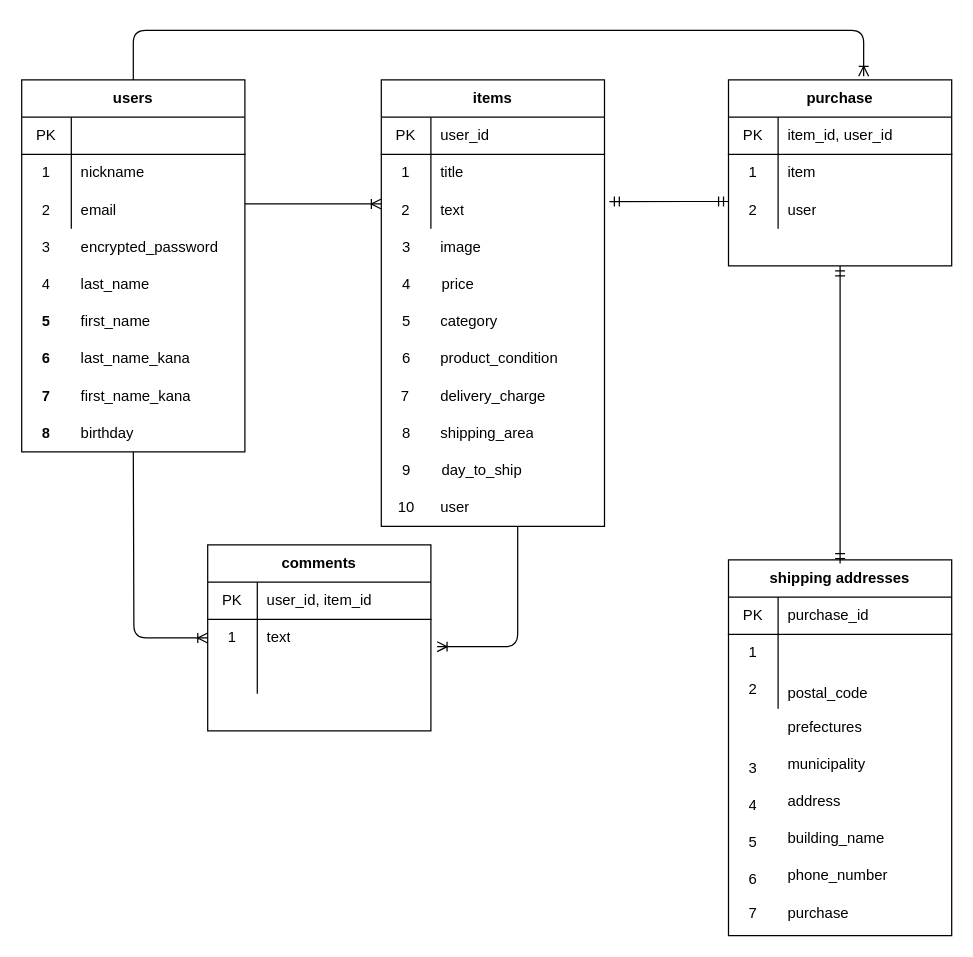
Above: er.drawio in kokorouruou/furima-34713 (draw.io), before the change. Source tidied: cells renumbered, new cells numbered last; positions are measured from the earlier drawing's top-left corner, leaving out a move shared by most shapes. Both pictures are drawn from the tidied source at 124%, with x=0, y=0 at pixel (21, 30).
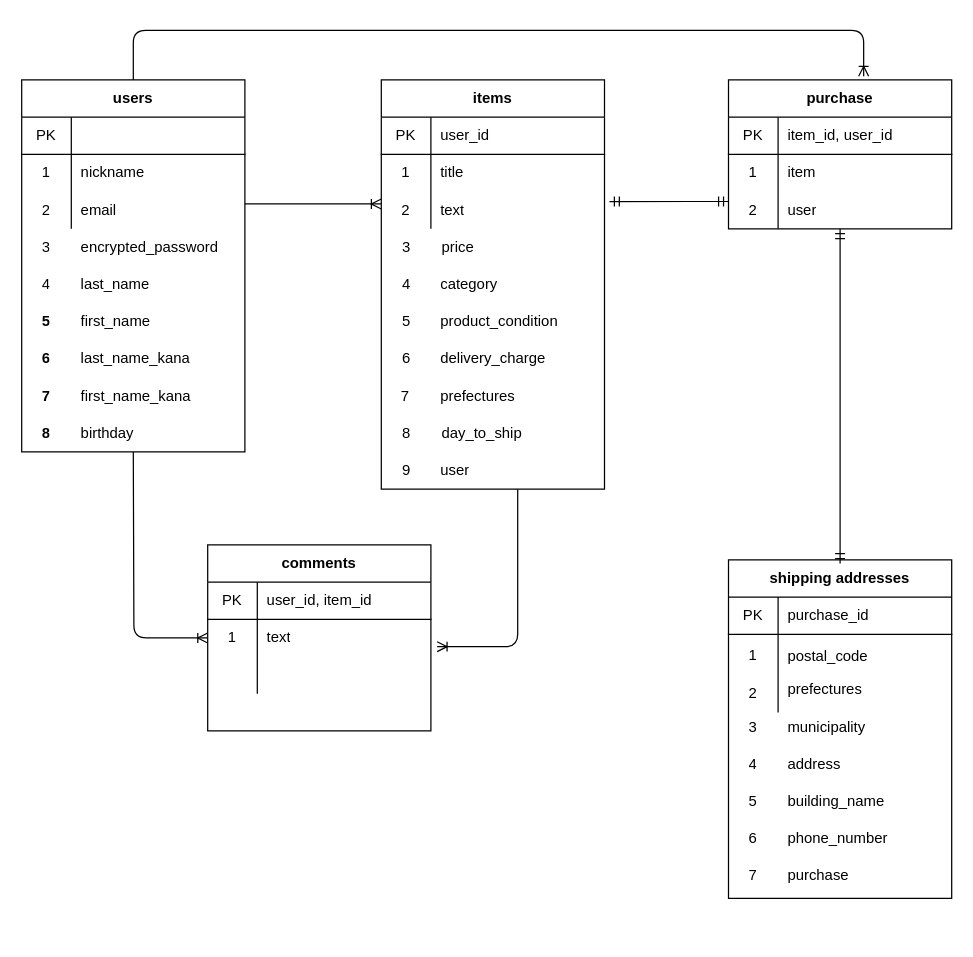
After the change.

Commit message (it also covers changes not shown here):
ER図、README作成（6回目）

Unchanged cells that the change refers to:
```xml
<mxCell id="16" style="shape=partialRectangle;html=1;whiteSpace=wrap;fillColor=none;top=0;left=0;bottom=0;right=0;points=[[0,0.5],[1,0.5]];portConstraint=eastwest;" parent="12" vertex="1">
  <mxGeometry y="60" width="180" height="30" as="geometry" />
</mxCell>
```

The edit, as a diff of the source:
```diff
@@
     <mxCell id="2" value="items" style="shape=table;html=1;whiteSpace=wrap;startSize=30;childLayout=tableLayout;rowLines=0;fontStyle=1;align=center;" parent="1" vertex="1">
-      <mxGeometry x="290" y="40" width="180" height="360" as="geometry" />
+      <mxGeometry x="290" y="40" width="180" height="330" as="geometry" />
     </mxCell>
@@
     <mxCell id="22" value="purchase" style="shape=table;html=1;whiteSpace=wrap;startSize=30;childLayout=tableLayout;rowLines=0;fontStyle=1;align=center;" parent="1" vertex="1">
-      <mxGeometry x="570" y="40" width="180" height="150" as="geometry" />
+      <mxGeometry x="570" y="40" width="180" height="120" as="geometry" />
     </mxCell>
@@
     <mxCell id="44" style="edgeStyle=orthogonalEdgeStyle;fontSize=12;html=1;endArrow=ERoneToMany;entryX=1.028;entryY=0.733;entryDx=0;entryDy=0;entryPerimeter=0;" parent="1" edge="1" target="16">
       <mxGeometry relative="1" as="geometry">
-        <mxPoint x="400" y="400" as="sourcePoint" />
+        <mxPoint x="400" y="370" as="sourcePoint" />
         <Array as="points">
           <mxPoint x="400" y="497" />
         </Array>
       </mxGeometry>
     </mxCell>
@@
     <mxCell id="47" value="shipping addresses" style="shape=table;html=1;whiteSpace=wrap;startSize=30;childLayout=tableLayout;rowLines=0;fontStyle=1;align=center;" parent="1" vertex="1">
-      <mxGeometry x="570" y="427" width="180" height="303" as="geometry" />
+      <mxGeometry x="570" y="427" width="180" height="273" as="geometry" />
     </mxCell>
@@
     <mxCell id="51" style="shape=partialRectangle;html=1;whiteSpace=wrap;fillColor=none;top=0;left=0;bottom=0;right=0;" parent="47" vertex="1">
-      <mxGeometry y="60" width="180" height="30" as="geometry" />
+      <mxGeometry y="60" width="180" height="33" as="geometry" />
     </mxCell>
     <mxCell id="52" value="1" style="shape=partialRectangle;html=1;whiteSpace=wrap;fillColor=none;top=0;left=0;bottom=0;right=0;overflow=hidden;" parent="51" vertex="1">
-      <mxGeometry width="40" height="30" as="geometry" />
+      <mxGeometry width="40" height="33" as="geometry" />
     </mxCell>
     <mxCell id="53" style="shape=partialRectangle;html=1;whiteSpace=wrap;fillColor=none;top=0;left=0;bottom=0;right=0;align=left;spacingLeft=6;overflow=hidden;" parent="51" vertex="1">
-      <mxGeometry x="40" width="140" height="30" as="geometry" />
+      <mxGeometry x="40" width="140" height="33" as="geometry" />
     </mxCell>
     <mxCell id="54" style="shape=partialRectangle;html=1;whiteSpace=wrap;fillColor=none;top=0;left=0;bottom=0;right=0;" parent="47" vertex="1">
-      <mxGeometry y="90" width="180" height="30" as="geometry" />
+      <mxGeometry y="93" width="180" height="30" as="geometry" />
     </mxCell>
@@
-    <mxCell id="62" value="image" style="shape=partialRectangle;html=1;whiteSpace=wrap;fillColor=none;top=0;left=0;bottom=0;right=0;align=left;spacingLeft=6;overflow=hidden;" parent="1" vertex="1">
-      <mxGeometry x="330" y="160" width="143" height="30" as="geometry" />
-    </mxCell>
     <mxCell id="63" value="price" style="shape=partialRectangle;html=1;whiteSpace=wrap;fillColor=none;top=0;left=0;bottom=0;right=0;align=left;spacingLeft=6;overflow=hidden;" parent="1" vertex="1">
-      <mxGeometry x="331" y="190" width="143" height="30" as="geometry" />
+      <mxGeometry x="331" y="160" width="143" height="30" as="geometry" />
     </mxCell>
@@
     <mxCell id="67" value="category" style="shape=partialRectangle;html=1;whiteSpace=wrap;fillColor=none;top=0;left=0;bottom=0;right=0;align=left;spacingLeft=6;overflow=hidden;" parent="1" vertex="1">
-      <mxGeometry x="330" y="220" width="143" height="30" as="geometry" />
+      <mxGeometry x="330" y="190" width="143" height="30" as="geometry" />
     </mxCell>
     <mxCell id="68" value="product_condition" style="shape=partialRectangle;html=1;whiteSpace=wrap;fillColor=none;top=0;left=0;bottom=0;right=0;align=left;spacingLeft=6;overflow=hidden;" parent="1" vertex="1">
-      <mxGeometry x="330" y="250" width="143" height="30" as="geometry" />
+      <mxGeometry x="330" y="220" width="143" height="30" as="geometry" />
     </mxCell>
     <mxCell id="69" value="delivery_charge&amp;nbsp;" style="shape=partialRectangle;html=1;whiteSpace=wrap;fillColor=none;top=0;left=0;bottom=0;right=0;align=left;spacingLeft=6;overflow=hidden;" parent="1" vertex="1">
-      <mxGeometry x="330" y="280" width="143" height="30" as="geometry" />
+      <mxGeometry x="330" y="250" width="143" height="30" as="geometry" />
     </mxCell>
-    <mxCell id="70" value="shipping_area" style="shape=partialRectangle;html=1;whiteSpace=wrap;fillColor=none;top=0;left=0;bottom=0;right=0;align=left;spacingLeft=6;overflow=hidden;" parent="1" vertex="1">
-      <mxGeometry x="330" y="310" width="143" height="30" as="geometry" />
+    <mxCell id="70" value="prefectures" style="shape=partialRectangle;html=1;whiteSpace=wrap;fillColor=none;top=0;left=0;bottom=0;right=0;align=left;spacingLeft=6;overflow=hidden;" parent="1" vertex="1">
+      <mxGeometry x="330" y="280" width="143" height="30" as="geometry" />
     </mxCell>
     <mxCell id="71" value="day_to_ship" style="shape=partialRectangle;html=1;whiteSpace=wrap;fillColor=none;top=0;left=0;bottom=0;right=0;align=left;spacingLeft=6;overflow=hidden;" parent="1" vertex="1">
-      <mxGeometry x="331" y="340" width="143" height="30" as="geometry" />
+      <mxGeometry x="331" y="310" width="143" height="30" as="geometry" />
     </mxCell>
@@
     <mxCell id="80" value="prefectures" style="shape=partialRectangle;html=1;whiteSpace=wrap;fillColor=none;top=0;left=0;bottom=0;right=0;align=left;spacingLeft=6;overflow=hidden;" parent="1" vertex="1">
-      <mxGeometry x="610" y="547" width="140" height="30" as="geometry" />
+      <mxGeometry x="610" y="517" width="140" height="30" as="geometry" />
     </mxCell>
     <mxCell id="81" value="municipality" style="shape=partialRectangle;html=1;whiteSpace=wrap;fillColor=none;top=0;left=0;bottom=0;right=0;align=left;spacingLeft=6;overflow=hidden;" parent="1" vertex="1">
-      <mxGeometry x="610" y="577" width="140" height="30" as="geometry" />
+      <mxGeometry x="610" y="547" width="140" height="30" as="geometry" />
     </mxCell>
     <mxCell id="82" value="address" style="shape=partialRectangle;html=1;whiteSpace=wrap;fillColor=none;top=0;left=0;bottom=0;right=0;align=left;spacingLeft=6;overflow=hidden;" parent="1" vertex="1">
-      <mxGeometry x="610" y="607" width="140" height="30" as="geometry" />
+      <mxGeometry x="610" y="577" width="140" height="30" as="geometry" />
     </mxCell>
     <mxCell id="83" value="building_name" style="shape=partialRectangle;html=1;whiteSpace=wrap;fillColor=none;top=0;left=0;bottom=0;right=0;align=left;spacingLeft=6;overflow=hidden;" parent="1" vertex="1">
-      <mxGeometry x="610" y="637" width="140" height="30" as="geometry" />
+      <mxGeometry x="610" y="607" width="140" height="30" as="geometry" />
     </mxCell>
     <mxCell id="84" value="phone_number" style="shape=partialRectangle;html=1;whiteSpace=wrap;fillColor=none;top=0;left=0;bottom=0;right=0;align=left;spacingLeft=6;overflow=hidden;" parent="1" vertex="1">
-      <mxGeometry x="610" y="667" width="140" height="30" as="geometry" />
+      <mxGeometry x="610" y="637" width="140" height="30" as="geometry" />
     </mxCell>
     <mxCell id="85" value="3" style="shape=partialRectangle;html=1;whiteSpace=wrap;fillColor=none;top=0;left=0;bottom=0;right=0;overflow=hidden;" parent="1" vertex="1">
-      <mxGeometry x="570" y="580" width="40" height="30" as="geometry" />
+      <mxGeometry x="570" y="547" width="40" height="30" as="geometry" />
     </mxCell>
     <mxCell id="86" value="4" style="shape=partialRectangle;html=1;whiteSpace=wrap;fillColor=none;top=0;left=0;bottom=0;right=0;overflow=hidden;" parent="1" vertex="1">
-      <mxGeometry x="570" y="610" width="40" height="30" as="geometry" />
+      <mxGeometry x="570" y="577" width="40" height="30" as="geometry" />
     </mxCell>
     <mxCell id="87" value="5" style="shape=partialRectangle;html=1;whiteSpace=wrap;fillColor=none;top=0;left=0;bottom=0;right=0;overflow=hidden;" parent="1" vertex="1">
-      <mxGeometry x="570" y="640" width="40" height="30" as="geometry" />
+      <mxGeometry x="570" y="607" width="40" height="30" as="geometry" />
     </mxCell>
     <mxCell id="88" value="6" style="shape=partialRectangle;html=1;whiteSpace=wrap;fillColor=none;top=0;left=0;bottom=0;right=0;overflow=hidden;" parent="1" vertex="1">
-      <mxGeometry x="570" y="670" width="40" height="30" as="geometry" />
+      <mxGeometry x="570" y="637" width="40" height="30" as="geometry" />
     </mxCell>
@@
     <mxCell id="96" value="postal_code" style="shape=partialRectangle;html=1;whiteSpace=wrap;fillColor=none;top=0;left=0;bottom=0;right=0;align=left;spacingLeft=6;overflow=hidden;" parent="1" vertex="1">
-      <mxGeometry x="610" y="520" width="140" height="30" as="geometry" />
+      <mxGeometry x="610" y="490" width="140" height="30" as="geometry" />
     </mxCell>
-    <mxCell id="97" value="10" style="shape=partialRectangle;html=1;whiteSpace=wrap;fillColor=none;top=0;left=0;bottom=0;right=0;overflow=hidden;" parent="1" vertex="1">
-      <mxGeometry x="290" y="370" width="41" height="30" as="geometry" />
-    </mxCell>
     <mxCell id="98" value="user" style="shape=partialRectangle;html=1;whiteSpace=wrap;fillColor=none;top=0;left=0;bottom=0;right=0;align=left;spacingLeft=6;overflow=hidden;" parent="1" vertex="1">
-      <mxGeometry x="330" y="370" width="143" height="30" as="geometry" />
+      <mxGeometry x="330" y="340" width="143" height="30" as="geometry" />
     </mxCell>
     <mxCell id="99" value="7" style="shape=partialRectangle;html=1;whiteSpace=wrap;fillColor=none;top=0;left=0;bottom=0;right=0;overflow=hidden;" parent="1" vertex="1">
-      <mxGeometry x="570" y="697" width="40" height="30" as="geometry" />
+      <mxGeometry x="570" y="667" width="40" height="30" as="geometry" />
     </mxCell>
     <mxCell id="100" value="purchase" style="shape=partialRectangle;html=1;whiteSpace=wrap;fillColor=none;top=0;left=0;bottom=0;right=0;align=left;spacingLeft=6;overflow=hidden;" parent="1" vertex="1">
-      <mxGeometry x="610" y="697" width="140" height="30" as="geometry" />
+      <mxGeometry x="610" y="667" width="140" height="30" as="geometry" />
     </mxCell>
```
